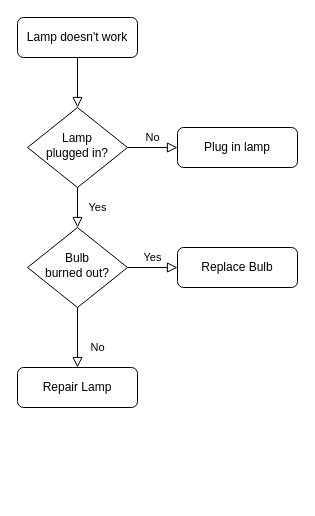
Before: Diagramme sans nom.drawio in lartiist/python-docs-samples, a draw.io diagram. Source tidied: cells renumbered, new cells numbered last; positions are measured from the earlier drawing's top-left corner, leaving out a move shared by most shapes. Both pictures are drawn from the tidied source at 100%, with x=0, y=0 at pixel (17, 17).
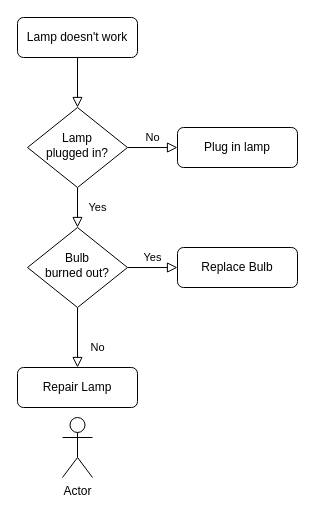
After the change.

Commit message:
Mettre à jour Diagramme sans nom.drawio

Change to the diagram source:
```diff
@@
 <mxGraphModel>
   <root>
     <mxCell id="0" />
     <mxCell id="1" parent="0" />
     <mxCell id="2" style="rounded=0;html=1;jettySize=auto;fontSize=11;endArrow=block;endFill=0;endSize=8;strokeWidth=1;shadow=0;labelBackgroundColor=none;edgeStyle=orthogonalEdgeStyle;" parent="1" edge="1" source="3" target="6">
       <mxGeometry relative="1" as="geometry" />
     </mxCell>
     <mxCell id="3" value="Lamp doesn't work" style="rounded=1;whiteSpace=wrap;html=1;fontSize=12;glass=0;strokeWidth=1;shadow=0;" parent="1" vertex="1">
       <mxGeometry width="120" height="40" as="geometry" />
     </mxCell>
     <mxCell id="4" value="Yes" style="rounded=0;html=1;jettySize=auto;fontSize=11;endArrow=block;endFill=0;endSize=8;strokeWidth=1;shadow=0;labelBackgroundColor=none;edgeStyle=orthogonalEdgeStyle;" parent="1" edge="1" source="6" target="10">
       <mxGeometry y="20" relative="1" as="geometry" />
     </mxCell>
     <mxCell id="5" value="No" style="edgeStyle=orthogonalEdgeStyle;rounded=0;html=1;jettySize=auto;fontSize=11;endArrow=block;endFill=0;endSize=8;strokeWidth=1;shadow=0;labelBackgroundColor=none;" parent="1" edge="1" source="6" target="7">
       <mxGeometry y="10" relative="1" as="geometry" />
     </mxCell>
     <mxCell id="6" value="Lamp&lt;br&gt;plugged in?" style="rhombus;whiteSpace=wrap;html=1;shadow=0;fontFamily=Helvetica;fontSize=12;align=center;strokeWidth=1;spacing=6;spacingTop=-4;" parent="1" vertex="1">
       <mxGeometry x="10" y="90" width="100" height="80" as="geometry" />
     </mxCell>
     <mxCell id="7" value="Plug in lamp" style="rounded=1;whiteSpace=wrap;html=1;fontSize=12;glass=0;strokeWidth=1;shadow=0;" parent="1" vertex="1">
       <mxGeometry x="160" y="110" width="120" height="40" as="geometry" />
     </mxCell>
     <mxCell id="8" value="No" style="rounded=0;html=1;jettySize=auto;fontSize=11;endArrow=block;endFill=0;endSize=8;strokeWidth=1;shadow=0;labelBackgroundColor=none;edgeStyle=orthogonalEdgeStyle;" parent="1" edge="1" source="10" target="11">
       <mxGeometry x="0.33" y="20" relative="1" as="geometry" />
     </mxCell>
     <mxCell id="9" value="Yes" style="edgeStyle=orthogonalEdgeStyle;rounded=0;html=1;jettySize=auto;fontSize=11;endArrow=block;endFill=0;endSize=8;strokeWidth=1;shadow=0;labelBackgroundColor=none;" parent="1" edge="1" source="10" target="12">
       <mxGeometry y="10" relative="1" as="geometry" />
     </mxCell>
     <mxCell id="10" value="Bulb&lt;br&gt;burned out?" style="rhombus;whiteSpace=wrap;html=1;shadow=0;fontFamily=Helvetica;fontSize=12;align=center;strokeWidth=1;spacing=6;spacingTop=-4;" parent="1" vertex="1">
       <mxGeometry x="10" y="210" width="100" height="80" as="geometry" />
     </mxCell>
     <mxCell id="11" value="Repair Lamp" style="rounded=1;whiteSpace=wrap;html=1;fontSize=12;glass=0;strokeWidth=1;shadow=0;" parent="1" vertex="1">
       <mxGeometry y="350" width="120" height="40" as="geometry" />
     </mxCell>
     <mxCell id="12" value="Replace Bulb" style="rounded=1;whiteSpace=wrap;html=1;fontSize=12;glass=0;strokeWidth=1;shadow=0;" parent="1" vertex="1">
       <mxGeometry x="160" y="230" width="120" height="40" as="geometry" />
     </mxCell>
+    <mxCell id="13" value="Actor" style="shape=umlActor;verticalLabelPosition=bottom;verticalAlign=top;html=1;" parent="1" vertex="1">
+      <mxGeometry x="45" y="400" width="30" height="60" as="geometry" />
+    </mxCell>
   </root>
 </mxGraphModel>
```
